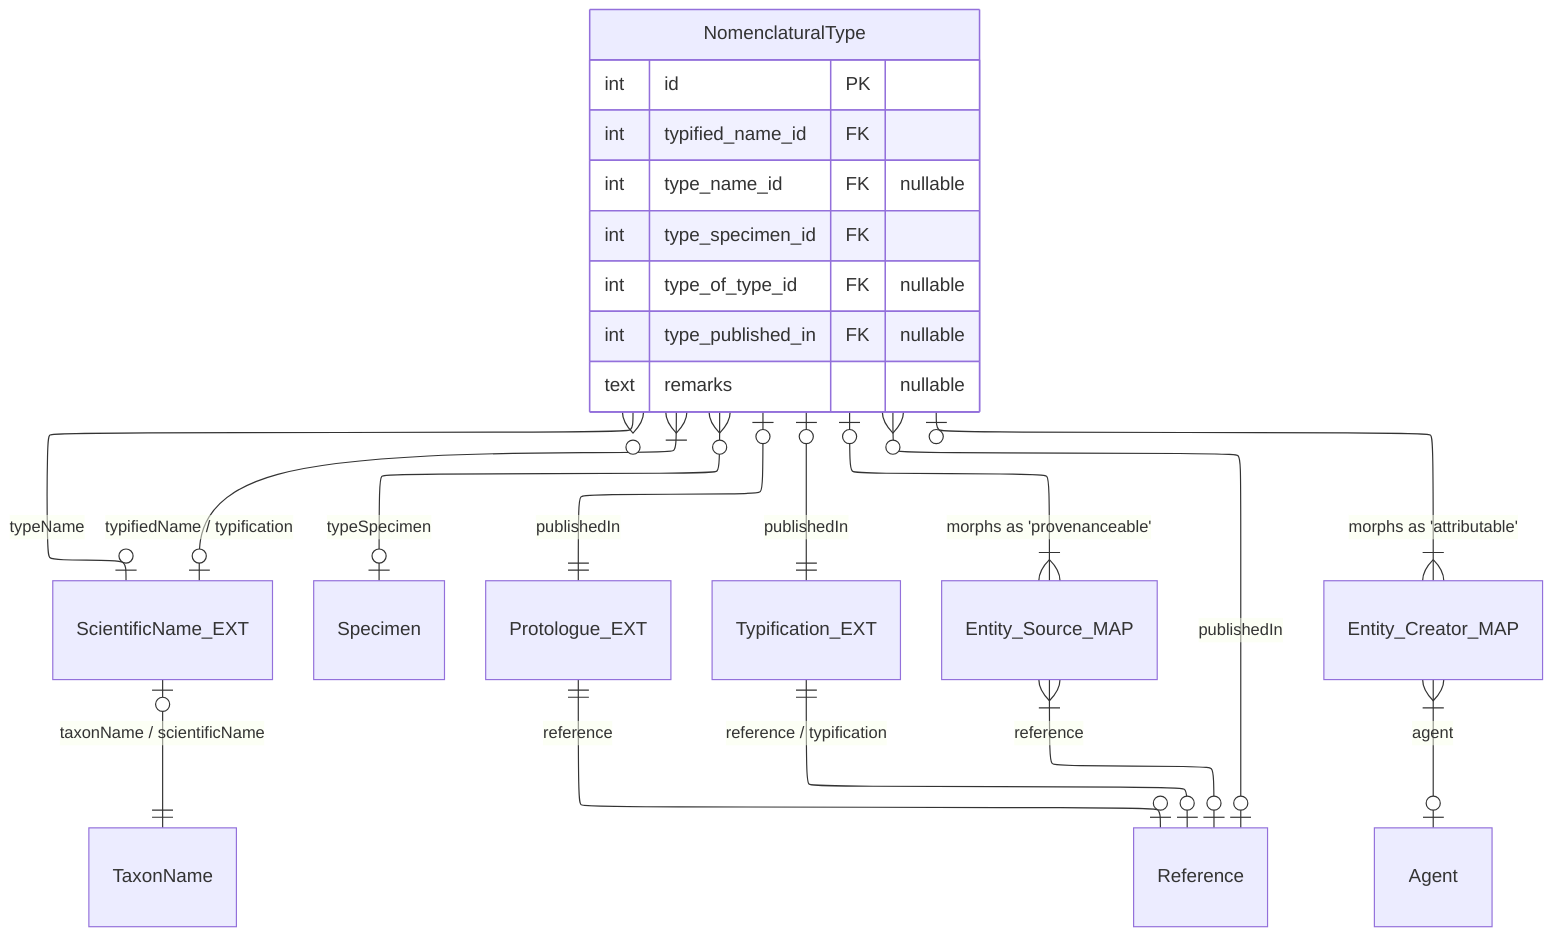
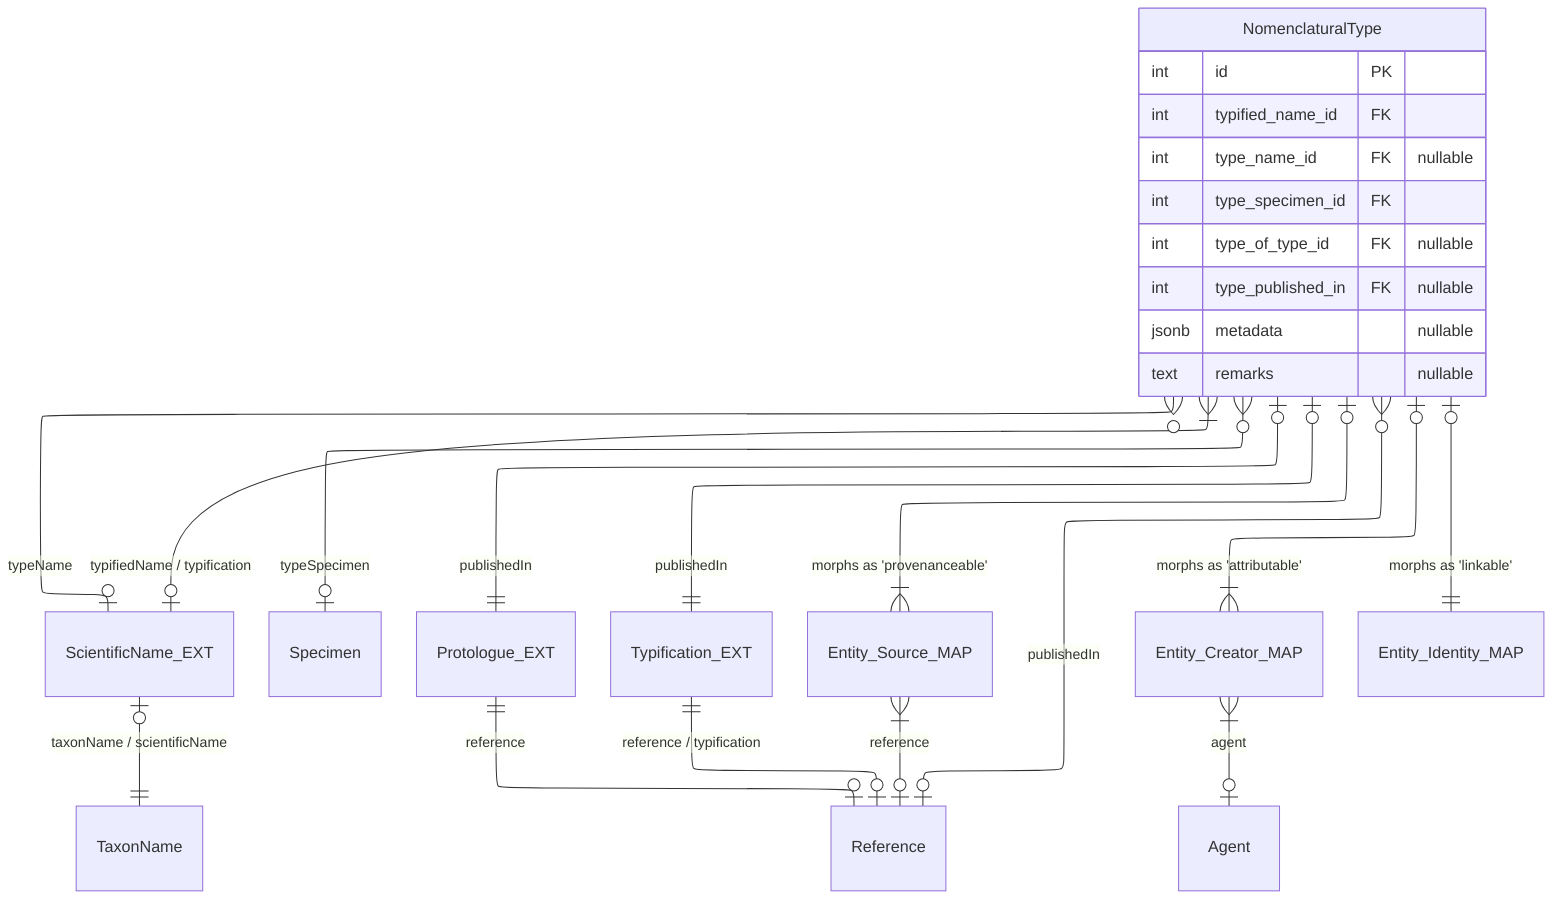
---
config:
  layout: elk
---
erDiagram
  NomenclaturalType }|--o| ScientificName_EXT : "typifiedName / typification"
  NomenclaturalType }o--o| ScientificName_EXT : "typeName"
  ScientificName_EXT |o--|| TaxonName : "taxonName / scientificName"
  NomenclaturalType }o--o| Specimen : "typeSpecimen"
  NomenclaturalType }o--o| Reference : "publishedIn"
  NomenclaturalType |o--|| Protologue_EXT : "publishedIn"
  Protologue_EXT ||--o| Reference : "reference"
  NomenclaturalType |o--|| Typification_EXT : "publishedIn"
  Typification_EXT ||--o| Reference : "reference / typification"
  NomenclaturalType |o--|{ Entity_Source_MAP : "morphs as 'provenanceable'"
  Entity_Source_MAP }|--o| Reference : "reference"
  NomenclaturalType |o--|{ Entity_Creator_MAP : "morphs as 'attributable'"
  Entity_Creator_MAP }|--o| Agent : "agent"
+   NomenclaturalType |o--|| Entity_Identity_MAP : "morphs as 'linkable'"

  NomenclaturalType {
    int id PK
    int typified_name_id FK
    int type_name_id FK "nullable"
    int type_specimen_id FK
    int type_of_type_id FK "nullable"
    int type_published_in FK "nullable"
+     jsonb metadata "nullable"
    text remarks "nullable"
  }